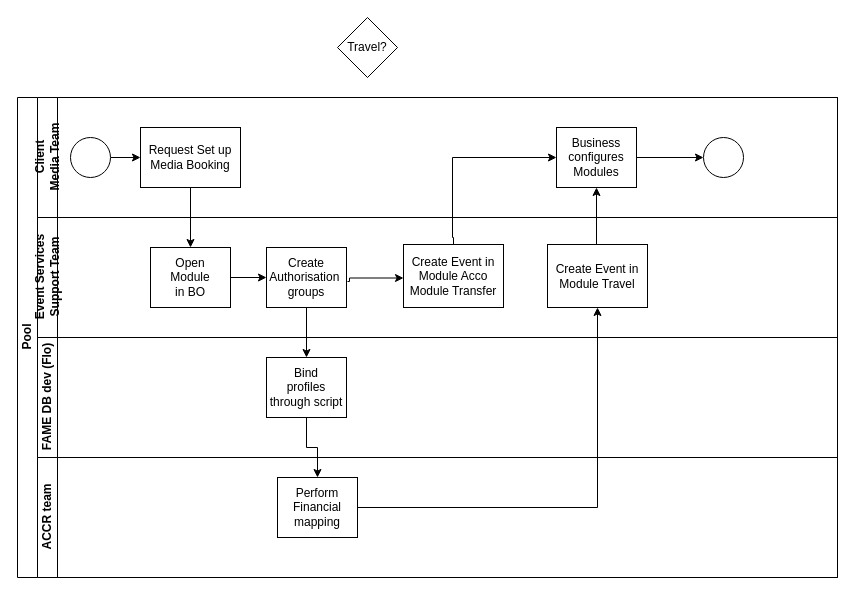
Above: Swim-setup-MediaBooking.drawio in Helena-Zuk/github-slideshow (draw.io), before the change. Source tidied: cells renumbered, new cells numbered last; positions are measured from the earlier drawing's top-left corner, leaving out a move shared by most shapes. Both pictures are drawn from the tidied source at 100%, with x=0, y=0 at pixel (17, 17).
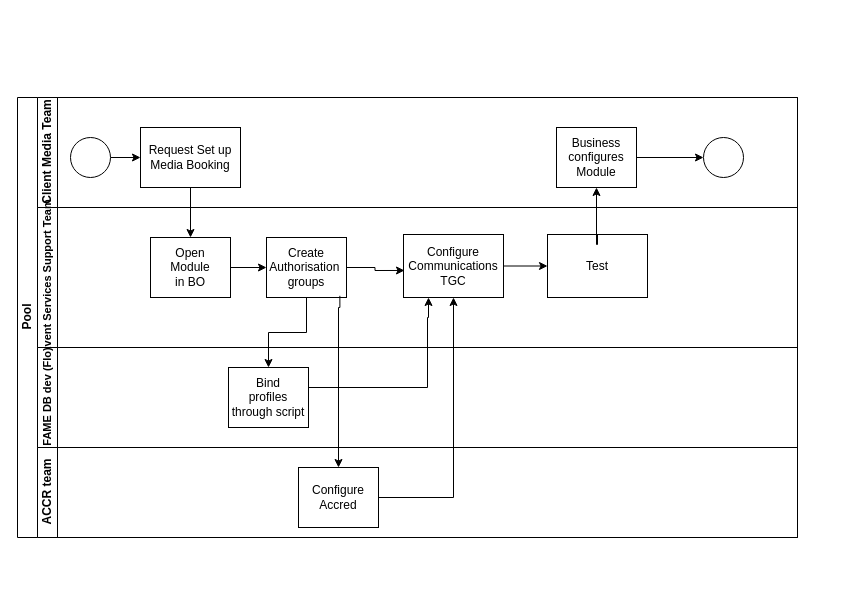
The same page after the edit.

The change refers to these unchanged cells:
```xml
<mxCell id="16" value="Create&lt;br&gt;Authorisation&amp;nbsp;&lt;br&gt;groups" style="rounded=0;whiteSpace=wrap;html=1;fontFamily=Helvetica;fontSize=12;fontColor=#000000;align=center;" parent="11" vertex="1">
  <mxGeometry x="229" y="30" width="80" height="60" as="geometry" />
</mxCell>
```

Change to the diagram source:
```diff
@@
     <mxCell id="2" value="Pool" style="swimlane;html=1;horizontal=0;startSize=20;" parent="1" vertex="1">
-      <mxGeometry y="80" width="820" height="480" as="geometry" />
+      <mxGeometry y="80" width="780" height="440" as="geometry" />
     </mxCell>
@@
-    <mxCell id="4" value="Client&lt;br&gt;Media Team" style="swimlane;html=1;startSize=20;horizontal=0;" parent="2" vertex="1">
-      <mxGeometry x="20" width="800" height="120" as="geometry" />
+    <mxCell id="4" value="Client Media Team" style="swimlane;html=1;startSize=20;horizontal=0;" parent="2" vertex="1">
+      <mxGeometry x="20" width="760" height="110" as="geometry" />
     </mxCell>
@@
-    <mxCell id="9" value="Business&lt;br&gt;configures&lt;br&gt;Modules" style="rounded=0;whiteSpace=wrap;html=1;fontFamily=Helvetica;fontSize=12;fontColor=#000000;align=center;" parent="4" vertex="1">
+    <mxCell id="9" value="Business&lt;br&gt;configures&lt;br&gt;Module" style="rounded=0;whiteSpace=wrap;html=1;fontFamily=Helvetica;fontSize=12;fontColor=#000000;align=center;" parent="4" vertex="1">
       <mxGeometry x="519" y="30" width="80" height="60" as="geometry" />
     </mxCell>
@@
-    <mxCell id="11" value="Event Services &lt;br&gt;Support Team" style="swimlane;html=1;startSize=20;horizontal=0;" parent="2" vertex="1">
-      <mxGeometry x="20" y="120" width="800" height="120" as="geometry" />
+    <mxCell id="11" value="&lt;font style=&quot;font-size: 11px;&quot;&gt;Event Services Support Team&lt;/font&gt;" style="swimlane;html=1;startSize=20;horizontal=0;" parent="2" vertex="1">
+      <mxGeometry x="20" y="110" width="760" height="140" as="geometry" />
     </mxCell>
@@
+    <mxCell id="28" style="edgeStyle=orthogonalEdgeStyle;rounded=0;jettySize=auto;html=1;" parent="11" edge="1" source="14" target="15">
+      <mxGeometry relative="1" as="geometry" />
+    </mxCell>
-    <mxCell id="14" value="Create Event in&lt;br&gt;Module Acco&lt;br&gt;Module Transfer" style="rounded=0;whiteSpace=wrap;html=1;fontFamily=Helvetica;fontSize=12;fontColor=#000000;align=center;" parent="11" vertex="1">
+    <mxCell id="14" value="Configure&lt;br&gt;Communications&lt;br&gt;TGC" style="rounded=0;whiteSpace=wrap;html=1;fontFamily=Helvetica;fontSize=12;fontColor=#000000;align=center;" parent="11" vertex="1">
       <mxGeometry x="366" y="27" width="100" height="63" as="geometry" />
     </mxCell>
-    <mxCell id="15" value="Create Event in&lt;br&gt;Module Travel" style="rounded=0;whiteSpace=wrap;html=1;fontFamily=Helvetica;fontSize=12;fontColor=#000000;align=center;" parent="11" vertex="1">
+    <mxCell id="15" value="Test" style="rounded=0;whiteSpace=wrap;html=1;fontFamily=Helvetica;fontSize=12;fontColor=#000000;align=center;" parent="11" vertex="1">
       <mxGeometry x="510" y="27" width="100" height="63" as="geometry" />
     </mxCell>
@@
+    <mxCell id="29" style="edgeStyle=orthogonalEdgeStyle;rounded=0;jettySize=auto;html=1;endArrow=classic;endFill=1;entryX=0.01;entryY=0.571;entryDx=0;entryDy=0;entryPerimeter=0;" parent="11" edge="1" source="16" target="14">
+      <mxGeometry relative="1" as="geometry" />
+    </mxCell>
-    <mxCell id="17" value="FAME DB dev (Flo)" style="swimlane;html=1;startSize=20;horizontal=0;" parent="2" vertex="1">
-      <mxGeometry x="20" y="240" width="800" height="120" as="geometry" />
+    <mxCell id="17" value="&lt;font style=&quot;font-size: 11px;&quot;&gt;FAME DB dev (Flo)&lt;/font&gt;" style="swimlane;html=1;startSize=20;horizontal=0;" parent="2" vertex="1">
+      <mxGeometry x="20" y="250" width="760" height="100" as="geometry" />
     </mxCell>
     <mxCell id="18" value="Bind &lt;br&gt;profiles through script" style="rounded=0;whiteSpace=wrap;html=1;fontFamily=Helvetica;fontSize=12;fontColor=#000000;align=center;" parent="17" vertex="1">
-      <mxGeometry x="229" y="20" width="80" height="60" as="geometry" />
+      <mxGeometry x="191" y="20" width="80" height="60" as="geometry" />
     </mxCell>
     <mxCell id="19" value="ACCR team" style="swimlane;html=1;startSize=20;horizontal=0;" parent="2" vertex="1">
-      <mxGeometry x="20" y="360" width="800" height="120" as="geometry" />
+      <mxGeometry x="20" y="350" width="760" height="90" as="geometry" />
     </mxCell>
-    <mxCell id="20" value="Perform&lt;br&gt;Financial&lt;br&gt;mapping" style="rounded=0;whiteSpace=wrap;html=1;fontFamily=Helvetica;fontSize=12;fontColor=#000000;align=center;" parent="19" vertex="1">
-      <mxGeometry x="240" y="20" width="80" height="60" as="geometry" />
+    <mxCell id="20" value="Configure&lt;br&gt;Accred" style="rounded=0;whiteSpace=wrap;html=1;fontFamily=Helvetica;fontSize=12;fontColor=#000000;align=center;" parent="19" vertex="1">
+      <mxGeometry x="261" y="20" width="80" height="60" as="geometry" />
     </mxCell>
-    <mxCell id="21" style="edgeStyle=orthogonalEdgeStyle;rounded=0;jettySize=auto;html=1;" parent="2" edge="1" source="18" target="20">
-      <mxGeometry relative="1" as="geometry" />
-    </mxCell>
-    <mxCell id="22" style="edgeStyle=orthogonalEdgeStyle;rounded=0;jettySize=auto;html=1;endArrow=classic;endFill=1;entryX=0.5;entryY=1;entryDx=0;entryDy=0;" parent="2" edge="1" source="20" target="15">
+    <mxCell id="22" style="edgeStyle=orthogonalEdgeStyle;rounded=0;jettySize=auto;html=1;endArrow=classic;endFill=1;entryX=0.5;entryY=1;entryDx=0;entryDy=0;" parent="2" edge="1" source="20" target="14">
       <mxGeometry relative="1" as="geometry" />
     </mxCell>
@@
-    <mxCell id="25" style="edgeStyle=orthogonalEdgeStyle;rounded=0;orthogonalLoop=1;jettySize=auto;html=1;endArrow=classic;endFill=1;entryX=0;entryY=0.5;entryDx=0;entryDy=0;" parent="1" edge="1">
-      <mxGeometry relative="1" as="geometry">
-        <mxPoint x="330" y="264" as="sourcePoint" />
-        <mxPoint x="386" y="260.5" as="targetPoint" />
-        <Array as="points">
-          <mxPoint x="332" y="264" />
-          <mxPoint x="332" y="261" />
-        </Array>
-      </mxGeometry>
-    </mxCell>
-    <mxCell id="26" style="edgeStyle=orthogonalEdgeStyle;rounded=0;jettySize=auto;html=1;endArrow=classic;endFill=1;exitX=0.5;exitY=0;exitDx=0;exitDy=0;" parent="1" edge="1" source="14">
-      <mxGeometry relative="1" as="geometry">
-        <mxPoint x="539" y="140" as="targetPoint" />
-        <Array as="points">
-          <mxPoint x="436" y="220" />
-          <mxPoint x="435" y="220" />
-          <mxPoint x="435" y="140" />
-          <mxPoint x="539" y="140" />
-        </Array>
-      </mxGeometry>
-    </mxCell>
-    <mxCell id="27" value="Travel?" style="rhombus;whiteSpace=wrap;html=1;fontFamily=Helvetica;fontSize=12;fontColor=#000000;align=center;" parent="1" vertex="1">
-      <mxGeometry x="320" width="60" height="60" as="geometry" />
-    </mxCell>
+    <mxCell id="30" style="edgeStyle=orthogonalEdgeStyle;rounded=0;jettySize=auto;html=1;entryX=0.5;entryY=0;entryDx=0;entryDy=0;exitX=0.917;exitY=0.972;exitDx=0;exitDy=0;exitPerimeter=0;" parent="2" edge="1" source="16" target="20">
+      <mxGeometry relative="1" as="geometry">
+        <Array as="points">
+          <mxPoint x="322" y="210" />
+          <mxPoint x="321" y="210" />
+        </Array>
+      </mxGeometry>
+    </mxCell>
+    <mxCell id="31" style="edgeStyle=orthogonalEdgeStyle;rounded=0;jettySize=auto;html=1;endArrow=classic;endFill=1;entryX=0.25;entryY=1;entryDx=0;entryDy=0;exitX=1;exitY=0.5;exitDx=0;exitDy=0;" parent="2" edge="1" source="18" target="14">
+      <mxGeometry relative="1" as="geometry">
+        <Array as="points">
+          <mxPoint x="410" y="290" />
+          <mxPoint x="410" y="220" />
+          <mxPoint x="411" y="220" />
+        </Array>
+      </mxGeometry>
+    </mxCell>
```
